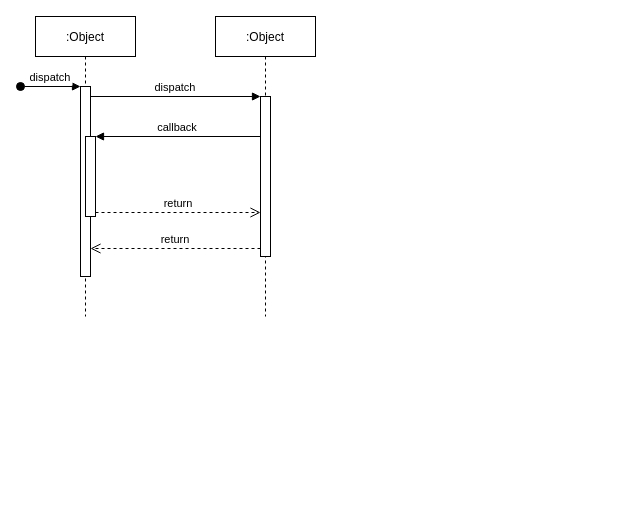
Earlier version of the draw.io diagram Untitled Diagram.drawio (mickarena/airdrop). Source tidied: cells renumbered, new cells numbered last; positions are measured from the earlier drawing's top-left corner, leaving out a move shared by most shapes. Both pictures are drawn from the tidied source at 100%, with x=0, y=0 at pixel (20, 16).
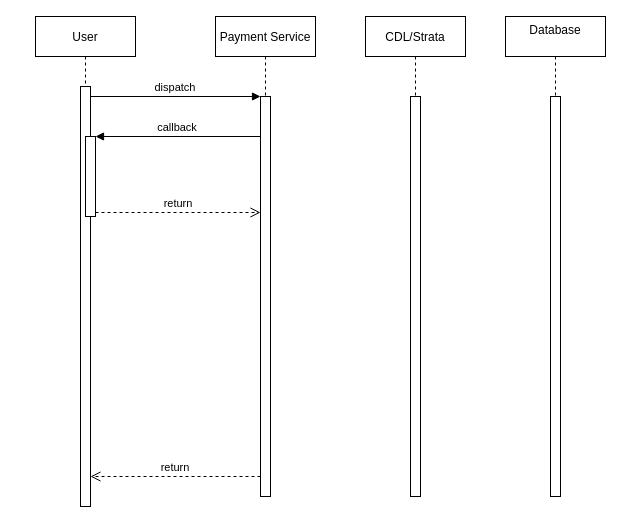
Above is the later version.

Diff of the diagram source:
```diff
@@
 <mxGraphModel>
   <root>
     <mxCell id="0" />
     <mxCell id="1" parent="0" />
-    <mxCell id="2" value=":Object" style="shape=umlLifeline;perimeter=lifelinePerimeter;rounded=0;shadow=0;strokeWidth=1;" parent="1" vertex="1">
-      <mxGeometry x="15" width="100" height="300" as="geometry" />
+    <mxCell id="2" value="User" style="shape=umlLifeline;perimeter=lifelinePerimeter;rounded=0;shadow=0;strokeWidth=1;" parent="1" vertex="1">
+      <mxGeometry x="15" width="100" height="490" as="geometry" />
     </mxCell>
     <mxCell id="3" style="points=[];perimeter=orthogonalPerimeter;rounded=0;shadow=0;strokeWidth=1;" parent="2" vertex="1">
-      <mxGeometry x="45" y="70" width="10" height="190" as="geometry" />
+      <mxGeometry x="45" y="70" width="10" height="420" as="geometry" />
     </mxCell>
-    <mxCell id="4" value="dispatch" style="verticalAlign=bottom;startArrow=oval;endArrow=block;startSize=8;shadow=0;strokeWidth=1;" parent="2" edge="1" target="3">
-      <mxGeometry relative="1" as="geometry">
-        <mxPoint x="-15" y="70" as="sourcePoint" />
-      </mxGeometry>
-    </mxCell>
     <mxCell id="5" style="points=[];perimeter=orthogonalPerimeter;rounded=0;shadow=0;strokeWidth=1;" parent="2" vertex="1">
       <mxGeometry x="50" y="120" width="10" height="80" as="geometry" />
     </mxCell>
-    <mxCell id="6" value=":Object" style="shape=umlLifeline;perimeter=lifelinePerimeter;rounded=0;shadow=0;strokeWidth=1;" parent="1" vertex="1">
-      <mxGeometry x="195" width="100" height="300" as="geometry" />
+    <mxCell id="6" value="Payment Service" style="shape=umlLifeline;perimeter=lifelinePerimeter;rounded=0;shadow=0;strokeWidth=1;" parent="1" vertex="1">
+      <mxGeometry x="195" width="100" height="480" as="geometry" />
     </mxCell>
     <mxCell id="7" style="points=[];perimeter=orthogonalPerimeter;rounded=0;shadow=0;strokeWidth=1;" parent="6" vertex="1">
-      <mxGeometry x="45" y="80" width="10" height="160" as="geometry" />
+      <mxGeometry x="45" y="80" width="10" height="400" as="geometry" />
     </mxCell>
     <mxCell id="8" value="return" style="verticalAlign=bottom;endArrow=open;dashed=1;endSize=8;exitX=0;exitY=0.95;shadow=0;strokeWidth=1;" parent="1" edge="1" source="7" target="3">
       <mxGeometry relative="1" as="geometry" />
     </mxCell>
     <mxCell id="9" value="dispatch" style="verticalAlign=bottom;endArrow=block;entryX=0;entryY=0;shadow=0;strokeWidth=1;" parent="1" edge="1" source="3" target="7">
       <mxGeometry relative="1" as="geometry" />
     </mxCell>
     <mxCell id="10" value="callback" style="verticalAlign=bottom;endArrow=block;entryX=1;entryY=0;shadow=0;strokeWidth=1;" parent="1" edge="1" source="7" target="5">
       <mxGeometry relative="1" as="geometry" />
     </mxCell>
     <mxCell id="11" value="return" style="verticalAlign=bottom;endArrow=open;dashed=1;endSize=8;exitX=1;exitY=0.95;shadow=0;strokeWidth=1;" parent="1" edge="1" source="5" target="7">
       <mxGeometry relative="1" as="geometry" />
     </mxCell>
+    <mxCell id="12" value="CDL/Strata" style="shape=umlLifeline;perimeter=lifelinePerimeter;rounded=0;shadow=0;strokeWidth=1;" parent="1" vertex="1">
+      <mxGeometry x="345" width="100" height="480" as="geometry" />
+    </mxCell>
+    <mxCell id="13" style="perimeter=orthogonalPerimeter;rounded=0;shadow=0;strokeWidth=1;" parent="12" vertex="1">
+      <mxGeometry x="45" y="80" width="10" height="400" as="geometry" />
+    </mxCell>
+    <mxCell id="14" value="Database&#10;" style="shape=umlLifeline;perimeter=lifelinePerimeter;rounded=0;shadow=0;strokeWidth=1;" parent="1" vertex="1">
+      <mxGeometry x="485" width="100" height="480" as="geometry" />
+    </mxCell>
+    <mxCell id="15" style="perimeter=orthogonalPerimeter;rounded=0;shadow=0;strokeWidth=1;" parent="14" vertex="1">
+      <mxGeometry x="45" y="80" width="10" height="400" as="geometry" />
+    </mxCell>
   </root>
 </mxGraphModel>
```
